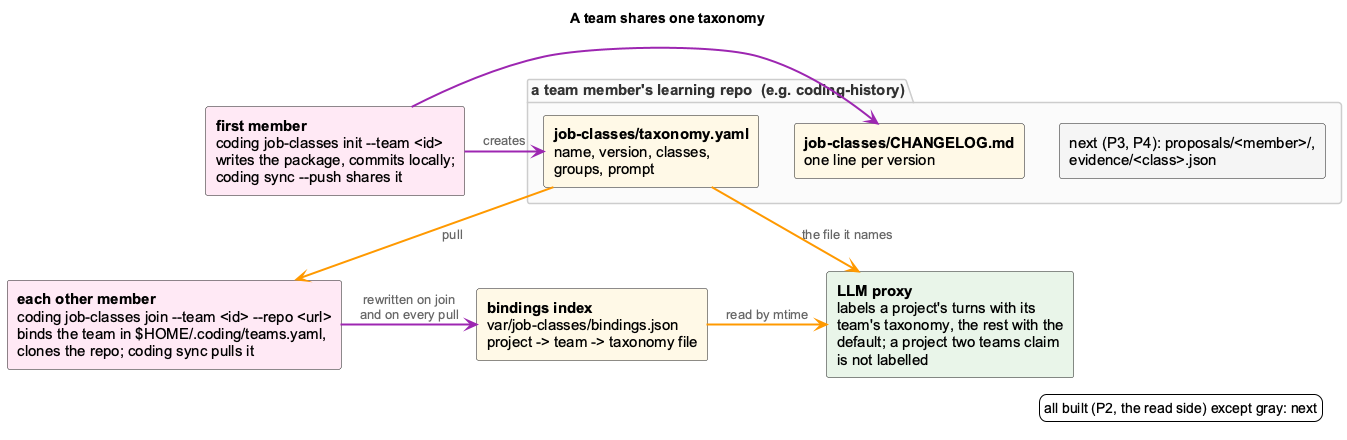
fwornle/coding keeps this PlantUML diagram as docs-content/images/job-class-team-sharing.png. Above is the earlier version. The source it was exported from:
```plantuml
@startuml job-class-team-sharing
!include _standard-style.puml
skinparam defaultFontSize 15
skinparam componentFontSize 15
skinparam arrowFontSize 13
skinparam shadowing false
skinparam componentStyle rectangle
hide stereotype
title A team shares one taxonomy

package "a team member's learning repo  (e.g. coding-history)" {
  component "**job-classes/taxonomy.yaml**\nname, version, classes,\ngroups, prompt" as tax <<storage>>
  component "**job-classes/CHANGELOG.md**\none line per version" as log <<storage>>
  component "next (P3, P4): proposals/<member>/,\nevidence/<class>.json" as later <<external>>
}

component "**first member**\ncoding job-classes init --team <id>\nwrites the package, commits locally;\ncoding sync --push shares it" as first <<cli>>
component "**each other member**\ncoding job-classes join ~--team <id> ~--repo <url>\nbinds the team in $HOME/.coding/teams.yaml,\nclones the repo; coding sync pulls it" as member <<cli>>
component "**bindings index**\nvar/job-classes/bindings.json\nproject -> team -> taxonomy file" as index <<storage>>
component "**LLM proxy**\nlabels a project's turns with its\nteam's taxonomy, the rest with the\ndefault; a project two teams claim\nis not labelled" as proxy <<core>>

first -[#9C27B0,thickness=2]right-> tax : creates
first -[#9C27B0,thickness=2]right-> log
tax -[#FF9800,thickness=2]down-> member : pull
member -[#9C27B0,thickness=2]right-> index : rewritten on join\nand on every pull
index -[#FF9800,thickness=2]right-> proxy : read by mtime
tax -[#FF9800,thickness=2]down-> proxy : the file it names
tax -[hidden]right- log
log -[hidden]right- later

legend right
  all built (P2, the read side) except gray: next
endlegend
@enduml
```
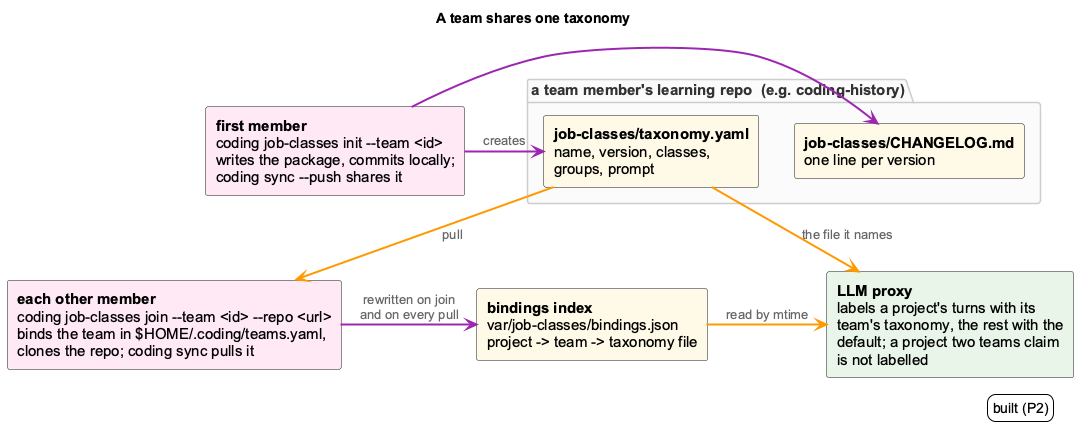
Later version of the same file.

Diff of the diagram source:
```diff
@@ -11,7 +11,6 @@
 package "a team member's learning repo  (e.g. coding-history)" {
   component "**job-classes/taxonomy.yaml**\nname, version, classes,\ngroups, prompt" as tax <<storage>>
   component "**job-classes/CHANGELOG.md**\none line per version" as log <<storage>>
-  component "next (P3, P4): proposals/<member>/,\nevidence/<class>.json" as later <<external>>
 }
 
 component "**first member**\ncoding job-classes init --team <id>\nwrites the package, commits locally;\ncoding sync --push shares it" as first <<cli>>
@@ -26,9 +25,8 @@
 index -[#FF9800,thickness=2]right-> proxy : read by mtime
 tax -[#FF9800,thickness=2]down-> proxy : the file it names
 tax -[hidden]right- log
-log -[hidden]right- later
 
 legend right
-  all built (P2, the read side) except gray: next
+  built (P2)
 endlegend
 @enduml
```
